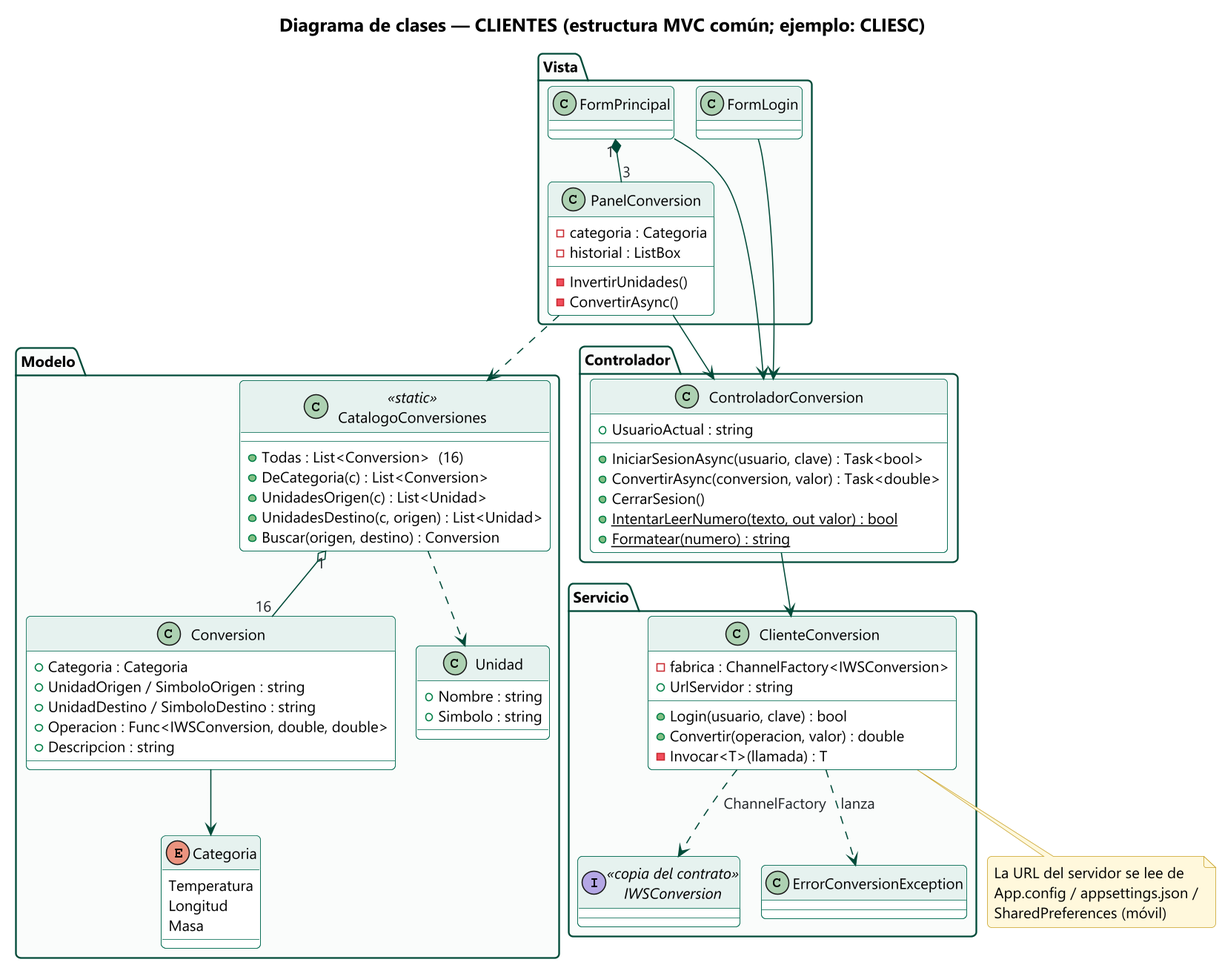
jsmasapanta/TI.1.2-PAO202651_SOAP_DOTNET_SINBDD_NRC36884_GR01 keeps this PlantUML diagram as 01. UML/03. DIAGRAMAS/04_CLASES/DC_Clientes.png. Above is the earlier version.
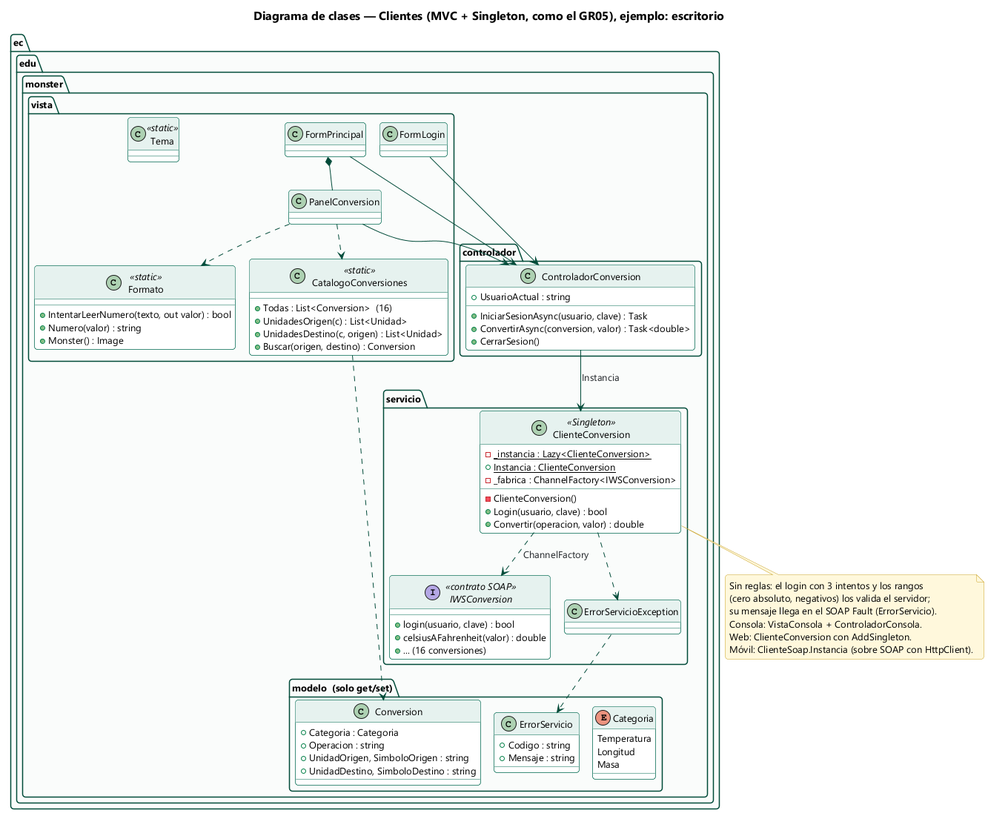
After the commit.

Diff of the diagram source:
```diff
@@ -1,83 +1,87 @@
 @startuml DC_Clientes
-skinparamlocked dpi 150
 !include ../_estilo.iuml
-title Diagrama de clases — CLIENTES (estructura MVC común; ejemplo: CLIESC)
+title Diagrama de clases — Clientes (MVC + Singleton, como el GR05), ejemplo: escritorio
 
-package "Modelo" {
+package "ec.edu.monster.vista" {
+  class FormLogin
+  class FormPrincipal
+  class PanelConversion
+  class CatalogoConversiones <<static>> {
+    + Todas : List<Conversion>  (16)
+    + UnidadesOrigen(c) : List<Unidad>
+    + UnidadesDestino(c, origen) : List<Unidad>
+    + Buscar(origen, destino) : Conversion
+  }
+  class Formato <<static>> {
+    + IntentarLeerNumero(texto, out valor) : bool
+    + Numero(valor) : string
+    + Monster() : Image
+  }
+  class Tema <<static>>
+}
+
+package "ec.edu.monster.controlador" {
+  class ControladorConversion {
+    + UsuarioActual : string
+    + IniciarSesionAsync(usuario, clave) : Task
+    + ConvertirAsync(conversion, valor) : Task<double>
+    + CerrarSesion()
+  }
+}
+
+package "ec.edu.monster.servicio" {
+  interface IWSConversion <<contrato SOAP>> {
+    + login(usuario, clave) : bool
+    + celsiusAFahrenheit(valor) : double
+    + ... (16 conversiones)
+  }
+  class ClienteConversion <<Singleton>> {
+    - {static} _instancia : Lazy<ClienteConversion>
+    + {static} Instancia : ClienteConversion
+    - _fabrica : ChannelFactory<IWSConversion>
+    - ClienteConversion()
+    + Login(usuario, clave) : bool
+    + Convertir(operacion, valor) : double
+  }
+  class ErrorServicioException
+}
+
+package "ec.edu.monster.modelo  (solo get/set)" {
   enum Categoria {
     Temperatura
     Longitud
     Masa
   }
-  class Unidad {
-    + Nombre : string
-    + Simbolo : string
-  }
   class Conversion {
     + Categoria : Categoria
-    + UnidadOrigen / SimboloOrigen : string
-    + UnidadDestino / SimboloDestino : string
-    + Operacion : Func<IWSConversion, double, double>
-    + Descripcion : string
+    + Operacion : string
+    + UnidadOrigen, SimboloOrigen : string
+    + UnidadDestino, SimboloDestino : string
   }
-  class CatalogoConversiones <<static>> {
-    + Todas : List<Conversion>  (16)
-    + DeCategoria(c) : List<Conversion>
-    + UnidadesOrigen(c) : List<Unidad>
-    + UnidadesDestino(c, origen) : List<Unidad>
-    + Buscar(origen, destino) : Conversion
+  class ErrorServicio {
+    + Codigo : string
+    + Mensaje : string
   }
 }
 
-package "Servicio" {
-  interface IWSConversion <<copia del contrato>>
-  class ClienteConversion {
-    - fabrica : ChannelFactory<IWSConversion>
-    + UrlServidor : string
-    + Login(usuario, clave) : bool
-    + Convertir(operacion, valor) : double
-    - Invocar<T>(llamada) : T
-  }
-  class ErrorConversionException
-}
-
-package "Controlador" {
-  class ControladorConversion {
-    + UsuarioActual : string
-    + IniciarSesionAsync(usuario, clave) : Task<bool>
-    + ConvertirAsync(conversion, valor) : Task<double>
-    + CerrarSesion()
-    + {static} IntentarLeerNumero(texto, out valor) : bool
-    + {static} Formatear(numero) : string
-  }
-}
-
-package "Vista" {
-  class FormLogin
-  class FormPrincipal
-  class PanelConversion {
-    - categoria : Categoria
-    - historial : ListBox
-    - InvertirUnidades()
-    - ConvertirAsync()
-  }
-}
-
-Conversion --> Categoria
-CatalogoConversiones "1" o-- "16" Conversion
-CatalogoConversiones ..> Unidad
-ClienteConversion ..> IWSConversion : ChannelFactory
-ClienteConversion ..> ErrorConversionException : lanza
-ControladorConversion --> ClienteConversion
 FormLogin --> ControladorConversion
 FormPrincipal --> ControladorConversion
-FormPrincipal "1" *-- "3" PanelConversion
+FormPrincipal *-- PanelConversion
 PanelConversion --> ControladorConversion
 PanelConversion ..> CatalogoConversiones
+PanelConversion ..> Formato
+CatalogoConversiones ..> Conversion
+ControladorConversion --> ClienteConversion : Instancia
+ClienteConversion ..> IWSConversion : ChannelFactory
+ClienteConversion ..> ErrorServicioException
+ErrorServicioException ..> ErrorServicio
 
 note bottom of ClienteConversion
-  La URL del servidor se lee de
-  App.config / appsettings.json /
-  SharedPreferences (móvil)
+  Sin reglas: el login con 3 intentos y los rangos
+  (cero absoluto, negativos) los valida el servidor;
+  su mensaje llega en el SOAP Fault (ErrorServicio).
+  Consola: VistaConsola + ControladorConsola.
+  Web: ClienteConversion con AddSingleton.
+  Móvil: ClienteSoap.Instancia (sobre SOAP con HttpClient).
 end note
 @enduml
```
